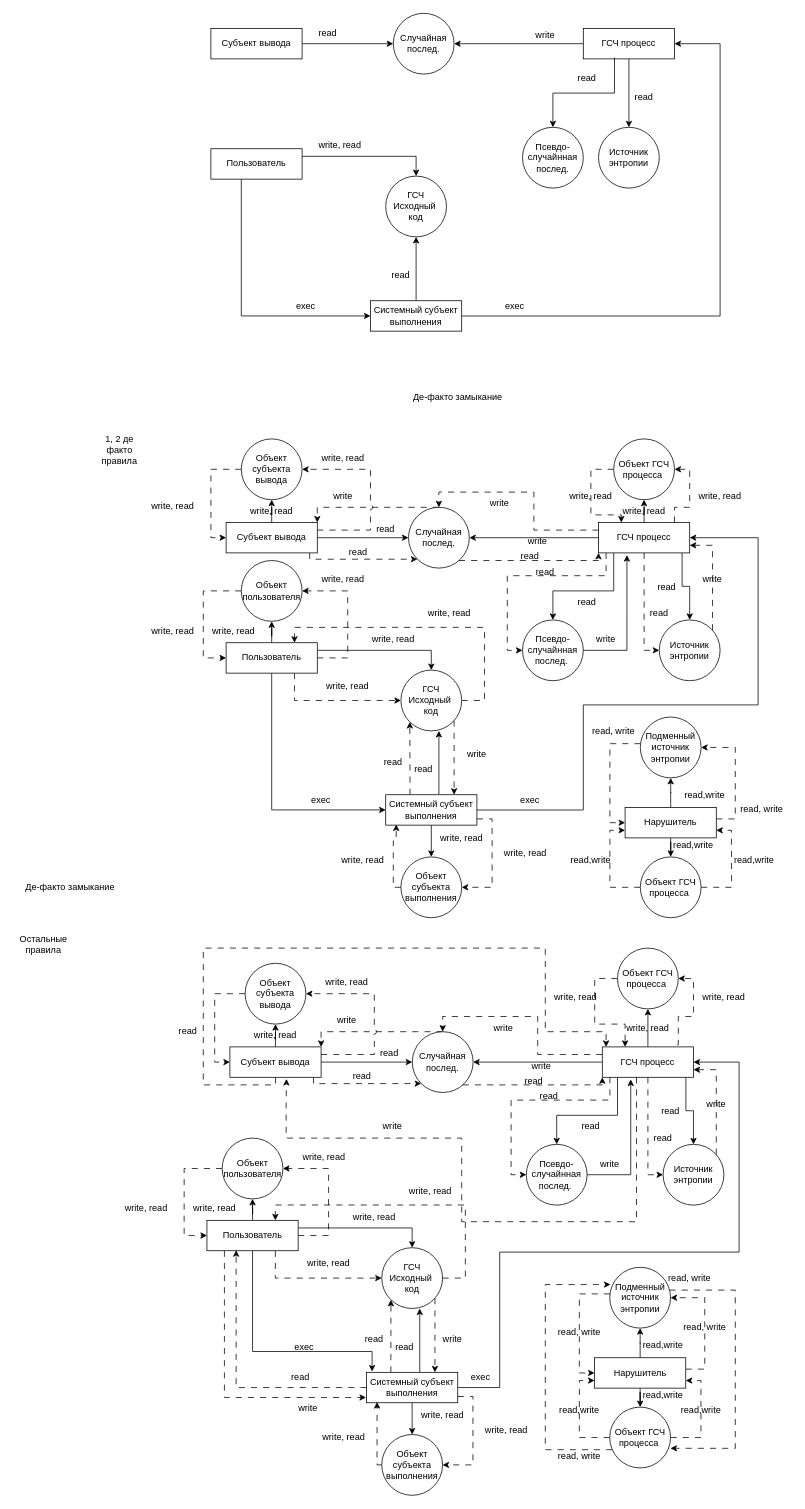
This is page "Страница-2" (2 of 3) of модель_безопасности.drawio from dsm1337/diplom, a draw.io file, before an edit. Source tidied: cells renumbered, new cells numbered last; positions are measured from the earlier drawing's top-left corner, leaving out a move shared by most shapes. Both pictures are drawn from the tidied source at 76%, with x=0, y=0 at pixel (13, 13).
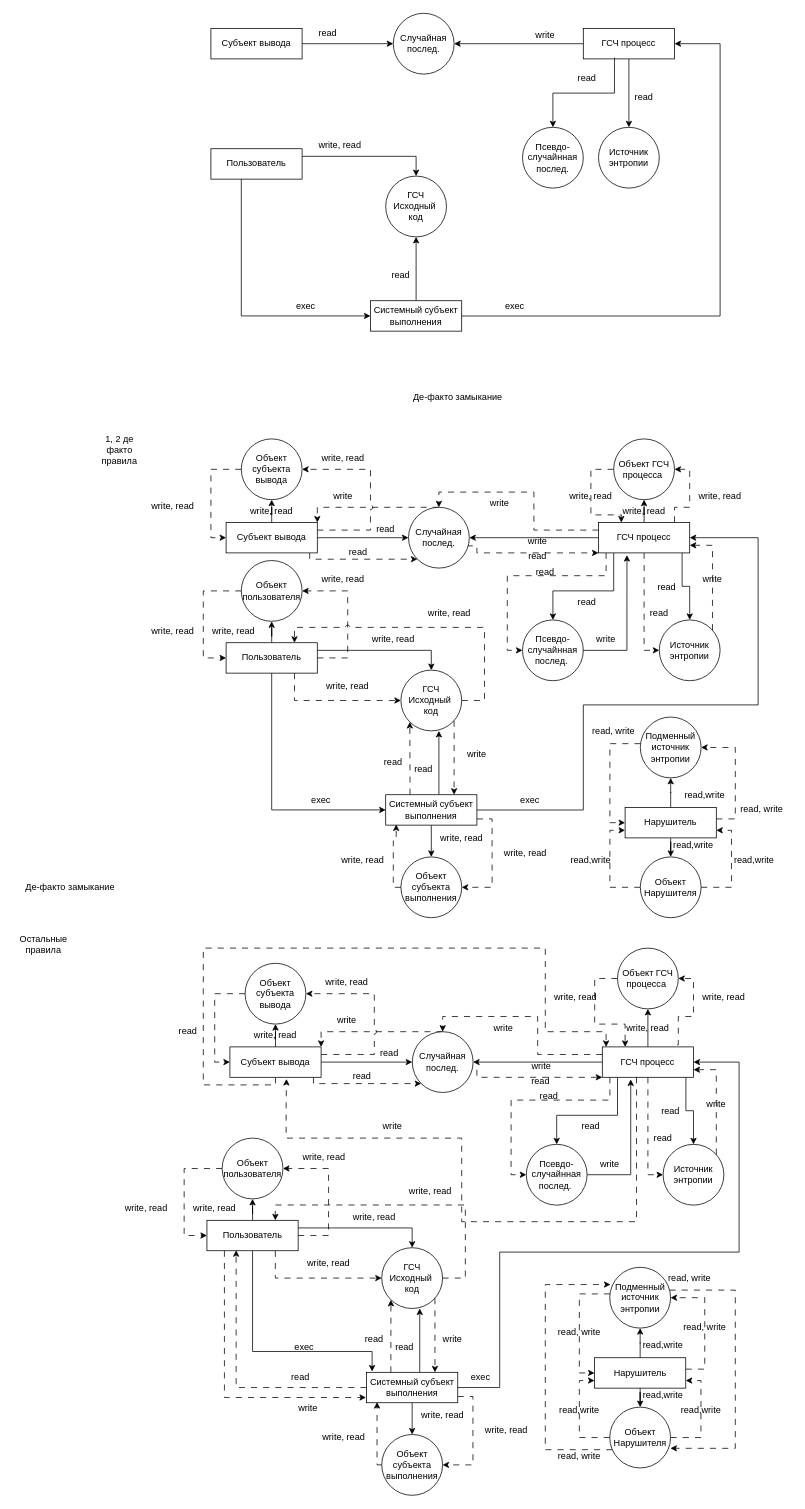
Above is the later version.

Unchanged cells that the change refers to:
```xml
<mxCell id="29" value="Случайная послед." style="ellipse;whiteSpace=wrap;html=1;" parent="1" vertex="1">
  <mxGeometry x="520" y="650" width="80" height="80" as="geometry" />
</mxCell>
<mxCell id="35" value="Пользователь" style="rounded=0;whiteSpace=wrap;html=1;" parent="1" vertex="1">
  <mxGeometry x="280" y="828.2" width="120" height="40" as="geometry" />
</mxCell>
<mxCell id="44" value="ГСЧ процесс" style="rounded=0;whiteSpace=wrap;html=1;" parent="1" vertex="1">
  <mxGeometry x="770" y="670" width="120" height="40" as="geometry" />
</mxCell>
<mxCell id="55" value="ГСЧ&lt;br&gt;Исходный&amp;nbsp;&lt;div&gt;код&lt;/div&gt;" style="ellipse;whiteSpace=wrap;html=1;" parent="1" vertex="1">
  <mxGeometry x="510" y="864.2" width="80" height="80" as="geometry" />
</mxCell>
<mxCell id="107" value="Случайная послед." style="ellipse;whiteSpace=wrap;html=1;" parent="1" vertex="1">
  <mxGeometry x="525" y="1340" width="80" height="80" as="geometry" />
</mxCell>
<mxCell id="123" value="ГСЧ процесс" style="rounded=0;whiteSpace=wrap;html=1;" parent="1" vertex="1">
  <mxGeometry x="775" y="1360" width="120" height="40" as="geometry" />
</mxCell>
```

The edit, as a diff of the source:
```diff
@@
-    <mxCell id="27" style="edgeStyle=orthogonalEdgeStyle;rounded=0;jettySize=auto;html=1;entryX=0;entryY=1;entryDx=0;entryDy=0;dashed=1;dashPattern=8 8;" parent="1" edge="1" source="29" target="44">
+    <mxCell id="27" style="edgeStyle=orthogonalEdgeStyle;rounded=0;jettySize=auto;html=1;entryX=0;entryY=1;entryDx=0;entryDy=0;dashed=1;dashPattern=8 8;exitX=0.957;exitY=0.634;exitDx=0;exitDy=0;exitPerimeter=0;" parent="1" edge="1" source="29" target="44">
       <mxGeometry relative="1" as="geometry">
         <Array as="points">
-          <mxPoint x="770" y="720" />
+          <mxPoint x="610" y="701" />
+          <mxPoint x="610" y="710" />
         </Array>
       </mxGeometry>
     </mxCell>
@@
-    <mxCell id="53" style="edgeStyle=orthogonalEdgeStyle;rounded=0;jettySize=auto;html=1;entryX=0.75;entryY=0;entryDx=0;entryDy=0;dashed=1;dashPattern=8 8;" parent="1" edge="1" source="55" target="35">
+    <mxCell id="53" style="edgeStyle=orthogonalEdgeStyle;rounded=0;jettySize=auto;html=1;entryX=0.75;entryY=0;entryDx=0;entryDy=0;dashed=1;dashPattern=8 8;jumpStyle=arc;" parent="1" edge="1" source="55" target="35">
       <mxGeometry relative="1" as="geometry">
         <Array as="points">
           <mxPoint x="620" y="904" />
           <mxPoint x="620" y="808" />
           <mxPoint x="370" y="808" />
         </Array>
       </mxGeometry>
     </mxCell>
@@
     <mxCell id="99" value="read" style="text;html=1;whiteSpace=wrap;strokeColor=none;fillColor=none;align=center;verticalAlign=middle;rounded=0;" parent="1" vertex="1">
-      <mxGeometry x="650" y="700" width="60" height="30" as="geometry" />
+      <mxGeometry x="660" y="700" width="60" height="30" as="geometry" />
     </mxCell>
@@
-    <mxCell id="105" style="edgeStyle=orthogonalEdgeStyle;rounded=0;jettySize=auto;html=1;entryX=0;entryY=1;entryDx=0;entryDy=0;dashed=1;dashPattern=8 8;" parent="1" edge="1" source="107" target="123">
+    <mxCell id="105" style="edgeStyle=orthogonalEdgeStyle;rounded=0;jettySize=auto;html=1;entryX=0;entryY=1;entryDx=0;entryDy=0;dashed=1;dashPattern=8 8;" parent="1" edge="1" target="123">
       <mxGeometry relative="1" as="geometry">
+        <mxPoint x="610" y="1390" as="sourcePoint" />
         <Array as="points">
-          <mxPoint x="775" y="1410" />
+          <mxPoint x="610" y="1400" />
         </Array>
       </mxGeometry>
     </mxCell>
@@
     <mxCell id="179" value="read" style="text;html=1;whiteSpace=wrap;strokeColor=none;fillColor=none;align=center;verticalAlign=middle;rounded=0;" parent="1" vertex="1">
-      <mxGeometry x="655" y="1390" width="60" height="30" as="geometry" />
+      <mxGeometry x="664" y="1390" width="60" height="30" as="geometry" />
     </mxCell>
@@
-    <mxCell id="200" value="Объект ГСЧ процесса&amp;nbsp;" style="ellipse;whiteSpace=wrap;html=1;" parent="1" vertex="1">
+    <mxCell id="200" value="Объект Нарушителя" style="ellipse;whiteSpace=wrap;html=1;" parent="1" vertex="1">
       <mxGeometry x="825" y="1110" width="80" height="80" as="geometry" />
     </mxCell>
@@
-    <mxCell id="215" value="Объект ГСЧ процесса&amp;nbsp;" style="ellipse;whiteSpace=wrap;html=1;" parent="1" vertex="1">
+    <mxCell id="215" value="Объект Нарушителя" style="ellipse;whiteSpace=wrap;html=1;" parent="1" vertex="1">
       <mxGeometry x="784.8" y="1834" width="80" height="80" as="geometry" />
     </mxCell>
```
